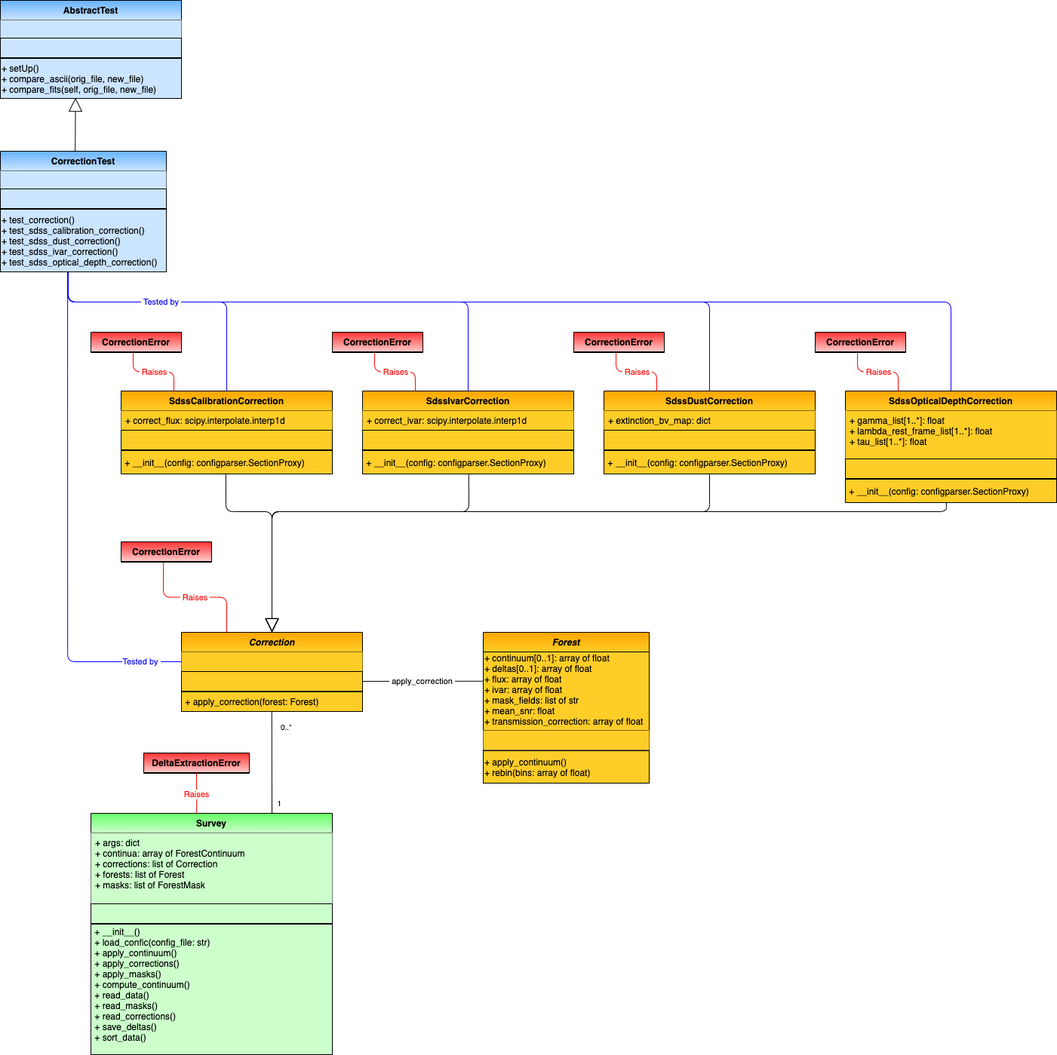
This is py/picca/delta_extraction/docs/data_model/data_model-Correction.png from igmhub/picca, a draw.io export, as it was before one commit. Source tidied: cells renumbered, new cells last; positions are measured from the earlier drawing's top-left corner, leaving out a move shared by most shapes.
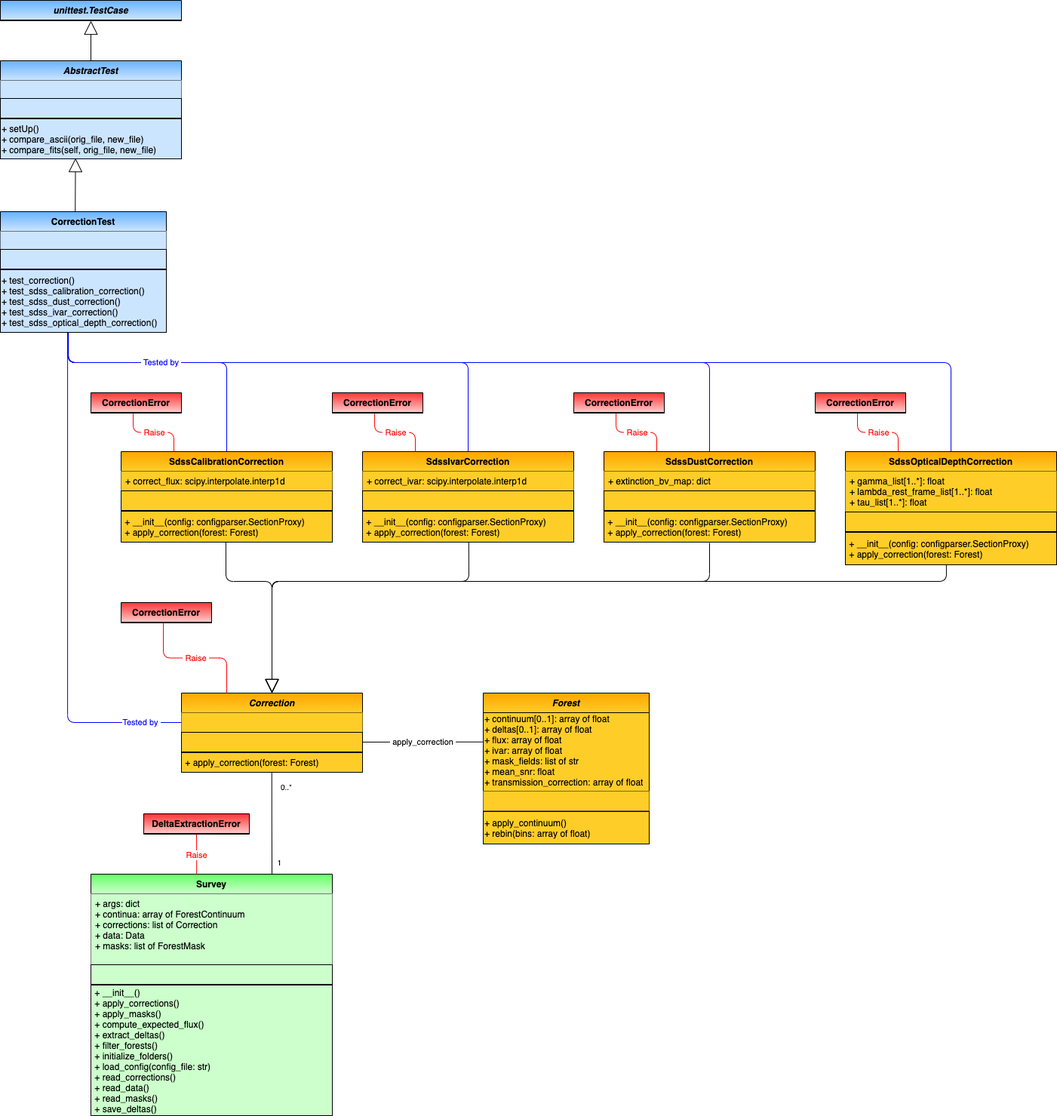
Above is the later version.

Diff of the diagram source:
```diff
@@ -35,4 +35,4 @@
         <Array as="points">
-          <mxPoint x="299" y="678" />
-          <mxPoint x="360" y="678" />
+          <mxPoint x="299" y="690" />
+          <mxPoint x="360" y="690" />
         </Array>
@@ -43,4 +43,4 @@
         <Array as="points">
-          <mxPoint x="621" y="678" />
-          <mxPoint x="360" y="678" />
+          <mxPoint x="621" y="690" />
+          <mxPoint x="360" y="690" />
         </Array>
@@ -51,4 +51,4 @@
         <Array as="points">
-          <mxPoint x="1254" y="678" />
-          <mxPoint x="360" y="678" />
+          <mxPoint x="1254" y="690" />
+          <mxPoint x="360" y="690" />
         </Array>
@@ -59,4 +59,4 @@
         <Array as="points">
-          <mxPoint x="940" y="678" />
-          <mxPoint x="360" y="678" />
+          <mxPoint x="940" y="690" />
+          <mxPoint x="360" y="690" />
         </Array>
@@ -67,3 +67,3 @@
     </mxCell>
-    <mxCell id="11" value="+ args: dict&#10;+ continua: array of ForestContinuum&#10;+ corrections: list of Correction&#10;+ forests: list of Forest&#10;+ masks: list of ForestMask&#10;" style="text;strokeColor=none;align=left;verticalAlign=top;spacingLeft=4;spacingRight=4;overflow=hidden;gradientColor=none;fillColor=#CCFFCC;" parent="10" vertex="1">
+    <mxCell id="11" value="+ args: dict&#10;+ continua: array of ForestContinuum&#10;+ corrections: list of Correction&#10;+ data: Data&#10;+ masks: list of ForestMask&#10;" style="text;strokeColor=none;align=left;verticalAlign=top;spacingLeft=4;spacingRight=4;overflow=hidden;gradientColor=none;fillColor=#CCFFCC;" parent="10" vertex="1">
       <mxGeometry y="26" width="320" height="94" as="geometry" />
@@ -76,3 +76,3 @@
     </mxCell>
-    <mxCell id="14" value=" + __init__()&#10; + load_confic(config_file: str)&#10; + apply_continuum()&#10; + apply_corrections()&#10; + apply_masks()&#10; + compute_continuum()&#10; + read_data()&#10; + read_masks()&#10; + read_corrections() &#10; + save_deltas()&#10; + sort_data()&#10;" style="text;strokeColor=#000000;align=left;verticalAlign=middle;overflow=hidden;rounded=0;shadow=0;glass=0;comic=0;fontStyle=0;gradientColor=none;swimlaneFillColor=#ffffff;gradientDirection=north;startSize=26;fillColor=#CCFFCC;" parent="10" vertex="1">
+    <mxCell id="14" value=" + __init__()&#10; + apply_corrections()&#10; + apply_masks()&#10; + compute_expected_flux()&#10; + extract_deltas()&#10; + filter_forests()&#10; + initialize_folders()&#10; + load_config(config_file: str)&#10; + read_corrections() &#10; + read_data()&#10; + read_masks()&#10; + save_deltas()" style="text;strokeColor=#000000;align=left;verticalAlign=middle;overflow=hidden;rounded=0;shadow=0;glass=0;comic=0;fontStyle=0;gradientColor=none;swimlaneFillColor=#ffffff;gradientDirection=north;startSize=26;fillColor=#CCFFCC;" parent="10" vertex="1">
       <mxGeometry y="147" width="320" height="173" as="geometry" />
@@ -95,3 +95,3 @@
     <mxCell id="20" value="SdssCalibrationCorrection" style="swimlane;fontStyle=1;horizontal=1;startSize=26;fillColor=#ffcd28;swimlaneFillColor=#ffffff;rounded=0;shadow=0;glass=0;comic=0;strokeColor=#000000;gradientColor=#ffa500;swimlaneLine=1;gradientDirection=north;" parent="1" vertex="1">
-      <mxGeometry x="160" y="518" width="280" height="110" as="geometry" />
+      <mxGeometry x="160" y="518" width="280" height="120" as="geometry" />
     </mxCell>
@@ -106,7 +106,7 @@
     </mxCell>
-    <mxCell id="24" value=" + __init__(config: configparser.SectionProxy)" style="text;strokeColor=#000000;fillColor=#ffcd28;align=left;verticalAlign=middle;overflow=hidden;points=[[0,0.5],[1,0.5]];portConstraint=eastwest;rounded=0;shadow=0;glass=0;comic=0;fontStyle=0;gradientColor=none;swimlaneFillColor=#ffffff;gradientDirection=north;startSize=26;" parent="20" vertex="1">
-      <mxGeometry y="79" width="280" height="31" as="geometry" />
+    <mxCell id="24" value=" + __init__(config: configparser.SectionProxy)&#10; + apply_correction(forest: Forest)" style="text;strokeColor=#000000;fillColor=#ffcd28;align=left;verticalAlign=middle;overflow=hidden;points=[[0,0.5],[1,0.5]];portConstraint=eastwest;rounded=0;shadow=0;glass=0;comic=0;fontStyle=0;gradientColor=none;swimlaneFillColor=#ffffff;gradientDirection=north;startSize=26;" parent="20" vertex="1">
+      <mxGeometry y="79" width="280" height="41" as="geometry" />
     </mxCell>
     <mxCell id="25" value="SdssIvarCorrection" style="swimlane;fontStyle=1;horizontal=1;startSize=26;fillColor=#ffcd28;swimlaneFillColor=#ffffff;rounded=0;shadow=0;glass=0;comic=0;strokeColor=#000000;gradientColor=#ffa500;swimlaneLine=1;gradientDirection=north;" parent="1" vertex="1">
-      <mxGeometry x="480" y="518" width="280" height="110" as="geometry" />
+      <mxGeometry x="480" y="518" width="280" height="120" as="geometry" />
     </mxCell>
@@ -121,7 +121,7 @@
     </mxCell>
-    <mxCell id="29" value=" + __init__(config: configparser.SectionProxy)" style="text;strokeColor=#000000;fillColor=#ffcd28;align=left;verticalAlign=middle;overflow=hidden;points=[[0,0.5],[1,0.5]];portConstraint=eastwest;rounded=0;shadow=0;glass=0;comic=0;fontStyle=0;gradientColor=none;swimlaneFillColor=#ffffff;gradientDirection=north;startSize=26;" parent="25" vertex="1">
-      <mxGeometry y="79" width="280" height="31" as="geometry" />
+    <mxCell id="29" value=" + __init__(config: configparser.SectionProxy)&#10; + apply_correction(forest: Forest)" style="text;strokeColor=#000000;fillColor=#ffcd28;align=left;verticalAlign=middle;overflow=hidden;points=[[0,0.5],[1,0.5]];portConstraint=eastwest;rounded=0;shadow=0;glass=0;comic=0;fontStyle=0;gradientColor=none;swimlaneFillColor=#ffffff;gradientDirection=north;startSize=26;" parent="25" vertex="1">
+      <mxGeometry y="79" width="280" height="41" as="geometry" />
     </mxCell>
     <mxCell id="30" value="SdssDustCorrection" style="swimlane;fontStyle=1;horizontal=1;startSize=26;fillColor=#ffcd28;swimlaneFillColor=#ffffff;rounded=0;shadow=0;glass=0;comic=0;strokeColor=#000000;gradientColor=#ffa500;swimlaneLine=1;gradientDirection=north;" parent="1" vertex="1">
-      <mxGeometry x="800" y="518" width="280" height="110" as="geometry" />
+      <mxGeometry x="800" y="518" width="280" height="120" as="geometry" />
     </mxCell>
@@ -136,19 +136,19 @@
     </mxCell>
-    <mxCell id="34" value=" + __init__(config: configparser.SectionProxy)" style="text;strokeColor=#000000;fillColor=#ffcd28;align=left;verticalAlign=middle;overflow=hidden;points=[[0,0.5],[1,0.5]];portConstraint=eastwest;rounded=0;shadow=0;glass=0;comic=0;fontStyle=0;gradientColor=none;swimlaneFillColor=#ffffff;gradientDirection=north;startSize=26;" parent="30" vertex="1">
-      <mxGeometry y="79" width="280" height="31" as="geometry" />
+    <mxCell id="34" value=" + __init__(config: configparser.SectionProxy)&#10; + apply_correction(forest: Forest)" style="text;strokeColor=#000000;fillColor=#ffcd28;align=left;verticalAlign=middle;overflow=hidden;points=[[0,0.5],[1,0.5]];portConstraint=eastwest;rounded=0;shadow=0;glass=0;comic=0;fontStyle=0;gradientColor=none;swimlaneFillColor=#ffffff;gradientDirection=north;startSize=26;" parent="30" vertex="1">
+      <mxGeometry y="79" width="280" height="41" as="geometry" />
     </mxCell>
     <mxCell id="35" value="SdssOpticalDepthCorrection" style="swimlane;fontStyle=1;horizontal=1;startSize=26;fillColor=#ffcd28;swimlaneFillColor=#ffffff;rounded=0;shadow=0;glass=0;comic=0;strokeColor=#000000;gradientColor=#ffa500;swimlaneLine=1;gradientDirection=north;" parent="1" vertex="1">
-      <mxGeometry x="1120" y="518" width="280" height="148" as="geometry" />
+      <mxGeometry x="1120" y="518" width="280" height="150" as="geometry" />
     </mxCell>
     <mxCell id="36" value="+ gamma_list[1..*]: float&#10;+ lambda_rest_frame_list[1..*]: float&#10;+ tau_list[1..*]: float" style="text;strokeColor=none;fillColor=#ffcd28;align=left;verticalAlign=top;spacingLeft=4;spacingRight=4;overflow=hidden;gradientColor=none;" parent="35" vertex="1">
-      <mxGeometry y="26" width="280" height="64" as="geometry" />
+      <mxGeometry y="26" width="280" height="54" as="geometry" />
     </mxCell>
     <mxCell id="37" style="text;strokeColor=#000000;fillColor=#ffcd28;align=left;verticalAlign=middle;overflow=hidden;rounded=0;shadow=0;glass=0;comic=0;fontStyle=0;gradientColor=none;swimlaneFillColor=#ffffff;gradientDirection=north;startSize=26;" parent="35" vertex="1">
-      <mxGeometry y="90" width="280" height="26" as="geometry" />
+      <mxGeometry y="80" width="280" height="26" as="geometry" />
     </mxCell>
     <mxCell id="38" style="line;strokeWidth=1;fillColor=none;align=left;verticalAlign=middle;spacingTop=-1;spacingLeft=3;spacingRight=3;labelPosition=right;rounded=0;shadow=0;glass=0;comic=0;" parent="35" vertex="1">
-      <mxGeometry y="116" width="280" height="1" as="geometry" />
+      <mxGeometry y="106" width="280" height="1" as="geometry" />
     </mxCell>
-    <mxCell id="39" value=" + __init__(config: configparser.SectionProxy)" style="text;strokeColor=#000000;fillColor=#ffcd28;align=left;verticalAlign=middle;overflow=hidden;points=[[0,0.5],[1,0.5]];portConstraint=eastwest;rounded=0;shadow=0;glass=0;comic=0;fontStyle=0;gradientColor=none;swimlaneFillColor=#ffffff;gradientDirection=north;startSize=26;" parent="35" vertex="1">
-      <mxGeometry y="117" width="280" height="31" as="geometry" />
+    <mxCell id="39" value=" + __init__(config: configparser.SectionProxy)&#10; + apply_correction(forest: Forest)" style="text;strokeColor=#000000;fillColor=#ffcd28;align=left;verticalAlign=middle;overflow=hidden;points=[[0,0.5],[1,0.5]];portConstraint=eastwest;rounded=0;shadow=0;glass=0;comic=0;fontStyle=0;gradientColor=none;swimlaneFillColor=#ffffff;gradientDirection=north;startSize=26;" parent="35" vertex="1">
+      <mxGeometry y="107" width="280" height="43" as="geometry" />
     </mxCell>
@@ -160,3 +160,3 @@
     </mxCell>
-    <mxCell id="42" value="&amp;nbsp;Raises&amp;nbsp;" style="endArrow=none;html=1;edgeStyle=orthogonalEdgeStyle;entryX=0.5;entryY=1;entryDx=0;entryDy=0;exitX=0.438;exitY=0;exitDx=0;exitDy=0;exitPerimeter=0;strokeColor=#FF0000;fontColor=#FF0000;" parent="1" edge="1" source="10" target="40">
+    <mxCell id="42" value="&amp;nbsp;Raise&amp;nbsp;" style="endArrow=none;html=1;edgeStyle=orthogonalEdgeStyle;entryX=0.5;entryY=1;entryDx=0;entryDy=0;exitX=0.438;exitY=0;exitDx=0;exitDy=0;exitPerimeter=0;strokeColor=#FF0000;fontColor=#FF0000;" parent="1" edge="1" source="10" target="40">
       <mxGeometry x="-0.05" relative="1" as="geometry" />
@@ -174,3 +174,3 @@
     </mxCell>
-    <mxCell id="46" value="&amp;nbsp;Raises&amp;nbsp;" style="endArrow=none;html=1;edgeStyle=orthogonalEdgeStyle;entryX=0.467;entryY=1.667;entryDx=0;entryDy=0;entryPerimeter=0;exitX=0.25;exitY=0;exitDx=0;exitDy=0;strokeColor=#FF0000;fontColor=#FF0000;" parent="1" edge="1" source="15" target="45">
+    <mxCell id="46" value="&amp;nbsp;Raise&amp;nbsp;" style="endArrow=none;html=1;edgeStyle=orthogonalEdgeStyle;entryX=0.467;entryY=1.667;entryDx=0;entryDy=0;entryPerimeter=0;exitX=0.25;exitY=0;exitDx=0;exitDy=0;strokeColor=#FF0000;fontColor=#FF0000;" parent="1" edge="1" source="15" target="45">
       <mxGeometry relative="1" as="geometry" />
@@ -234,3 +234,3 @@
     </mxCell>
-    <mxCell id="57" value="AbstractTest" style="swimlane;fontStyle=1;horizontal=1;startSize=26;swimlaneFillColor=#ffffff;rounded=0;shadow=0;glass=0;comic=0;strokeColor=#000000;swimlaneLine=1;gradientDirection=north;gradientColor=#66B2FF;fillColor=#CCE5FF;" parent="1" vertex="1">
+    <mxCell id="57" value="AbstractTest" style="swimlane;fontStyle=3;horizontal=1;startSize=26;swimlaneFillColor=#ffffff;rounded=0;shadow=0;glass=0;comic=0;strokeColor=#000000;swimlaneLine=1;gradientDirection=north;gradientColor=#66B2FF;fillColor=#CCE5FF;" parent="1" vertex="1">
       <mxGeometry width="240" height="130" as="geometry" />
@@ -296,3 +296,3 @@
     </mxCell>
-    <mxCell id="77" value="&amp;nbsp;Raises&amp;nbsp;" style="endArrow=none;html=1;edgeStyle=orthogonalEdgeStyle;entryX=0.467;entryY=1.667;entryDx=0;entryDy=0;entryPerimeter=0;exitX=0.25;exitY=0;exitDx=0;exitDy=0;strokeColor=#FF0000;fontColor=#FF0000;" parent="1" edge="1" source="20" target="76">
+    <mxCell id="77" value="&amp;nbsp;Raise&amp;nbsp;" style="endArrow=none;html=1;edgeStyle=orthogonalEdgeStyle;entryX=0.467;entryY=1.667;entryDx=0;entryDy=0;entryPerimeter=0;exitX=0.25;exitY=0;exitDx=0;exitDy=0;strokeColor=#FF0000;fontColor=#FF0000;" parent="1" edge="1" source="20" target="76">
       <mxGeometry relative="1" as="geometry" />
@@ -310,3 +310,3 @@
     </mxCell>
-    <mxCell id="81" value="&amp;nbsp;Raises&amp;nbsp;" style="endArrow=none;html=1;edgeStyle=orthogonalEdgeStyle;entryX=0.467;entryY=1.667;entryDx=0;entryDy=0;entryPerimeter=0;strokeColor=#FF0000;fontColor=#FF0000;exitX=0.25;exitY=0;exitDx=0;exitDy=0;" parent="1" edge="1" source="25" target="80">
+    <mxCell id="81" value="&amp;nbsp;Raise&amp;nbsp;" style="endArrow=none;html=1;edgeStyle=orthogonalEdgeStyle;entryX=0.467;entryY=1.667;entryDx=0;entryDy=0;entryPerimeter=0;strokeColor=#FF0000;fontColor=#FF0000;exitX=0.25;exitY=0;exitDx=0;exitDy=0;" parent="1" edge="1" source="25" target="80">
       <mxGeometry relative="1" as="geometry" />
@@ -324,3 +324,3 @@
     </mxCell>
-    <mxCell id="85" value="&amp;nbsp;Raises&amp;nbsp;" style="endArrow=none;html=1;edgeStyle=orthogonalEdgeStyle;entryX=0.467;entryY=1.667;entryDx=0;entryDy=0;entryPerimeter=0;strokeColor=#FF0000;fontColor=#FF0000;exitX=0.25;exitY=0;exitDx=0;exitDy=0;" parent="1" edge="1" source="30" target="84">
+    <mxCell id="85" value="&amp;nbsp;Raise&amp;nbsp;" style="endArrow=none;html=1;edgeStyle=orthogonalEdgeStyle;entryX=0.467;entryY=1.667;entryDx=0;entryDy=0;entryPerimeter=0;strokeColor=#FF0000;fontColor=#FF0000;exitX=0.25;exitY=0;exitDx=0;exitDy=0;" parent="1" edge="1" source="30" target="84">
       <mxGeometry relative="1" as="geometry" />
@@ -338,3 +338,3 @@
     </mxCell>
-    <mxCell id="89" value="&amp;nbsp;Raises&amp;nbsp;" style="endArrow=none;html=1;edgeStyle=orthogonalEdgeStyle;entryX=0.467;entryY=1.667;entryDx=0;entryDy=0;entryPerimeter=0;strokeColor=#FF0000;fontColor=#FF0000;exitX=0.25;exitY=0;exitDx=0;exitDy=0;" parent="1" edge="1" source="35" target="88">
+    <mxCell id="89" value="&amp;nbsp;Raise&amp;nbsp;" style="endArrow=none;html=1;edgeStyle=orthogonalEdgeStyle;entryX=0.467;entryY=1.667;entryDx=0;entryDy=0;entryPerimeter=0;strokeColor=#FF0000;fontColor=#FF0000;exitX=0.25;exitY=0;exitDx=0;exitDy=0;" parent="1" edge="1" source="35" target="88">
       <mxGeometry relative="1" as="geometry" />
@@ -346,2 +346,13 @@
     </mxCell>
+    <mxCell id="91" value="unittest.TestCase" style="swimlane;fontStyle=3;horizontal=1;startSize=26;swimlaneFillColor=#ffffff;rounded=0;shadow=0;glass=0;comic=0;strokeColor=#000000;swimlaneLine=1;gradientDirection=north;gradientColor=#66B2FF;fillColor=#CCE5FF;" parent="1" vertex="1">
+      <mxGeometry y="-80" width="240" height="27" as="geometry" />
+    </mxCell>
+    <mxCell id="92" style="line;strokeWidth=1;fillColor=none;align=left;verticalAlign=middle;spacingTop=-1;spacingLeft=3;spacingRight=3;labelPosition=right;rounded=0;shadow=0;glass=0;comic=0;" parent="91" vertex="1">
+      <mxGeometry y="26" width="240" height="1" as="geometry" />
+    </mxCell>
+    <mxCell id="93" style="endArrow=block;endSize=16;endFill=0;html=1;exitX=0.5;exitY=0;exitDx=0;exitDy=0;entryX=0.5;entryY=1;entryDx=0;entryDy=0;" parent="1" edge="1" target="91">
+      <mxGeometry relative="1" as="geometry">
+        <mxPoint x="120" as="sourcePoint" />
+      </mxGeometry>
+    </mxCell>
   </root>
```
